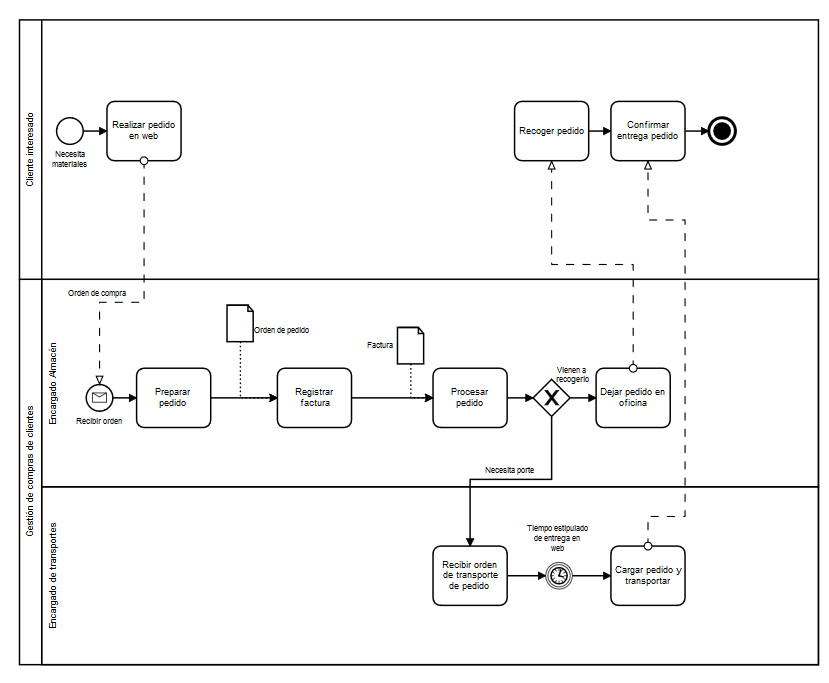
This is diagramas/diagramas a implantar/EntregaPedido.png from felipescalera/Proyecto-IR, a BPMN export, as it was before one commit. Its source is kept beside it as diagramas/diagramas a implantar/EntregaPedido.bpmn. Ids are renumbered.
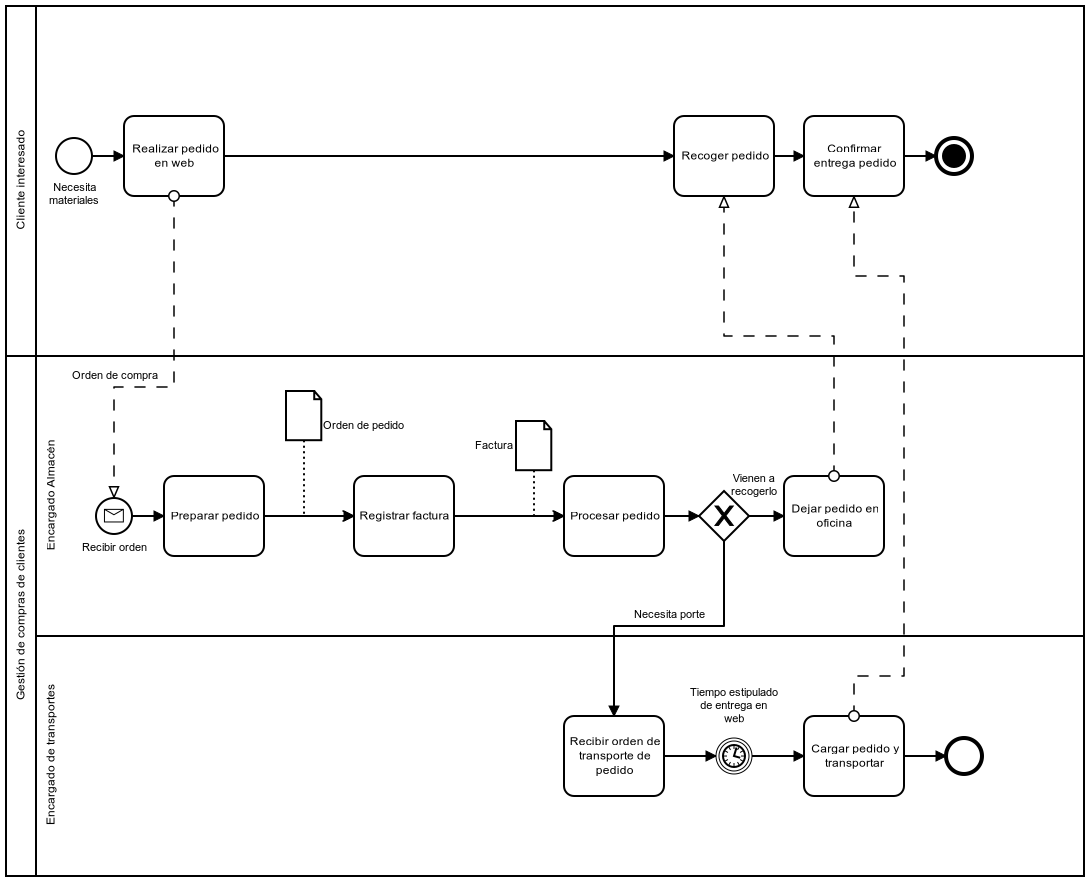
After the change.

Diff of the diagram source:
```diff
@@ -20,6 +20,7 @@
         <bpmn:flowNodeRef>Activity_n23</bpmn:flowNodeRef>
         <bpmn:flowNodeRef>Event_n24</bpmn:flowNodeRef>
         <bpmn:flowNodeRef>Activity_n8</bpmn:flowNodeRef>
+        <bpmn:flowNodeRef>Event_n49</bpmn:flowNodeRef>
       </bpmn:lane>
     </bpmn:laneSet>
     <bpmn:task id="Activity_n18" name="Preparar pedido">
@@ -79,7 +80,12 @@
     </bpmn:intermediateCatchEvent>
     <bpmn:task id="Activity_n8" name="Cargar pedido y transportar">
       <bpmn:incoming>Flow_n34</bpmn:incoming>
+      <bpmn:outgoing>Flow_n50</bpmn:outgoing>
     </bpmn:task>
+    <bpmn:endEvent id="Event_n49">
+      <bpmn:incoming>Flow_n50</bpmn:incoming>
+    </bpmn:endEvent>
+    <bpmn:sequenceFlow id="Flow_n50" sourceRef="Activity_n8" targetRef="Event_n49" />
   </bpmn:process>
   <bpmn:process id="Process_n6">
     <bpmn:startEvent id="StartEvent_n43" name="Necesita materiales">
@@ -87,6 +93,7 @@
     </bpmn:startEvent>
     <bpmn:task id="Activity_n14" name="Realizar pedido en web">
       <bpmn:incoming>Flow_n44</bpmn:incoming>
+      <bpmn:outgoing>Flow_n51</bpmn:outgoing>
     </bpmn:task>
     <bpmn:sequenceFlow id="Flow_n44" sourceRef="StartEvent_n43" targetRef="Activity_n14" />
     <bpmn:sequenceFlow id="Flow_n45" sourceRef="Activity_n9" targetRef="Event_n46" />
@@ -99,9 +106,11 @@
       <bpmn:terminateEventDefinition id="TerminateEventDefinition_n48" />
     </bpmn:endEvent>
     <bpmn:task id="Activity_n12" name="Recoger pedido">
+      <bpmn:incoming>Flow_n51</bpmn:incoming>
       <bpmn:outgoing>Flow_n47</bpmn:outgoing>
     </bpmn:task>
     <bpmn:sequenceFlow id="Flow_n47" sourceRef="Activity_n12" targetRef="Activity_n9" />
+    <bpmn:sequenceFlow id="Flow_n51" sourceRef="Activity_n14" targetRef="Activity_n12" />
   </bpmn:process>
   <bpmndi:BPMNDiagram id="BPMNDiagram_1">
     <bpmndi:BPMNPlane id="BPMNPlane_1" bpmnElement="Collaboration_n2">
@@ -114,6 +123,14 @@
       <bpmndi:BPMNShape id="Lane_n17_di" bpmnElement="Lane_n17" isHorizontal="true">
         <dc:Bounds x="182" y="430" width="1048" height="280" />
       </bpmndi:BPMNShape>
+      <bpmndi:BPMNEdge id="Flow_n26_di" bpmnElement="Flow_n26">
+        <di:waypoint x="410" y="590" />
+        <di:waypoint x="500" y="590" />
+      </bpmndi:BPMNEdge>
+      <bpmndi:BPMNEdge id="Flow_n25_di" bpmnElement="Flow_n25">
+        <di:waypoint x="278" y="590" />
+        <di:waypoint x="310" y="590" />
+      </bpmndi:BPMNEdge>
       <bpmndi:BPMNEdge id="Flow_n36_di" bpmnElement="Flow_n36">
         <di:waypoint x="895" y="590" />
         <di:waypoint x="930" y="590" />
@@ -146,20 +163,10 @@
         <di:waypoint x="600" y="590" />
         <di:waypoint x="710" y="590" />
       </bpmndi:BPMNEdge>
-      <bpmndi:BPMNEdge id="Flow_n25_di" bpmnElement="Flow_n25">
-        <di:waypoint x="278" y="590" />
-        <di:waypoint x="310" y="590" />
+      <bpmndi:BPMNEdge id="Flow_n50_di" bpmnElement="Flow_n50">
+        <di:waypoint x="1050" y="830" />
+        <di:waypoint x="1092" y="830" />
       </bpmndi:BPMNEdge>
-      <bpmndi:BPMNEdge id="Flow_n26_di" bpmnElement="Flow_n26">
-        <di:waypoint x="410" y="590" />
-        <di:waypoint x="500" y="590" />
-      </bpmndi:BPMNEdge>
-      <bpmndi:BPMNShape id="Event_1xrxljv_di" bpmnElement="Event_n15">
-        <dc:Bounds x="242" y="572" width="36" height="36" />
-        <bpmndi:BPMNLabel>
-          <dc:Bounds x="228" y="615" width="65" height="14" />
-        </bpmndi:BPMNLabel>
-      </bpmndi:BPMNShape>
       <bpmndi:BPMNShape id="Activity_n18_di" bpmnElement="Activity_n18">
         <dc:Bounds x="310" y="550" width="100" height="80" />
       </bpmndi:BPMNShape>
@@ -181,6 +188,12 @@
       <bpmndi:BPMNShape id="Activity_n21_di" bpmnElement="Activity_n21">
         <dc:Bounds x="500" y="550" width="100" height="80" />
       </bpmndi:BPMNShape>
+      <bpmndi:BPMNShape id="Event_1xrxljv_di" bpmnElement="Event_n15">
+        <dc:Bounds x="242" y="572" width="36" height="36" />
+        <bpmndi:BPMNLabel>
+          <dc:Bounds x="228" y="615" width="65" height="14" />
+        </bpmndi:BPMNLabel>
+      </bpmndi:BPMNShape>
       <bpmndi:BPMNShape id="DataObjectReference_n39_di" bpmnElement="DataObjectReference_n39">
         <dc:Bounds x="432" y="465" width="36" height="50" />
         <bpmndi:BPMNLabel>
@@ -199,6 +212,9 @@
       <bpmndi:BPMNShape id="Activity_n8_di" bpmnElement="Activity_n8">
         <dc:Bounds x="950" y="790" width="100" height="80" />
       </bpmndi:BPMNShape>
+      <bpmndi:BPMNShape id="Event_n49_di" bpmnElement="Event_n49">
+        <dc:Bounds x="1092" y="812" width="36" height="36" />
+      </bpmndi:BPMNShape>
       <bpmndi:BPMNShape id="Participant_n5_di" bpmnElement="Participant_n5" isHorizontal="true">
         <dc:Bounds x="152" y="80" width="1078" height="350" />
       </bpmndi:BPMNShape>
@@ -213,6 +229,10 @@
       <bpmndi:BPMNEdge id="Flow_n44_di" bpmnElement="Flow_n44">
         <di:waypoint x="238" y="230" />
         <di:waypoint x="270" y="230" />
+      </bpmndi:BPMNEdge>
+      <bpmndi:BPMNEdge id="Flow_n51_di" bpmnElement="Flow_n51">
+        <di:waypoint x="370" y="230" />
+        <di:waypoint x="820" y="230" />
       </bpmndi:BPMNEdge>
       <bpmndi:BPMNShape id="_BPMNShape_StartEvent_2" bpmnElement="StartEvent_n43">
         <dc:Bounds x="202" y="212" width="36" height="36" />
@@ -237,14 +257,10 @@
         <di:waypoint x="680" y="590" />
         <di:waypoint x="710" y="590" />
       </bpmndi:BPMNEdge>
-      <bpmndi:BPMNEdge id="Flow_n13_di" bpmnElement="Flow_n13">
-        <di:waypoint x="320" y="270" />
-        <di:waypoint x="320" y="461" />
-        <di:waypoint x="260" y="461" />
-        <di:waypoint x="260" y="572" />
-        <bpmndi:BPMNLabel>
-          <dc:Bounds x="218" y="443" width="85" height="14" />
-        </bpmndi:BPMNLabel>
+      <bpmndi:BPMNEdge id="DataInputAssociation_n38_di" bpmnElement="DataInputAssociation_n38">
+        <di:waypoint x="450" y="515" />
+        <di:waypoint x="450" y="590" />
+        <di:waypoint x="500" y="590" />
       </bpmndi:BPMNEdge>
       <bpmndi:BPMNEdge id="Flow_n7_di" bpmnElement="Flow_n7">
         <di:waypoint x="1000" y="790" />
@@ -260,10 +276,14 @@
         <di:waypoint x="870" y="410" />
         <di:waypoint x="870" y="270" />
       </bpmndi:BPMNEdge>
-      <bpmndi:BPMNEdge id="DataInputAssociation_n38_di" bpmnElement="DataInputAssociation_n38">
-        <di:waypoint x="450" y="515" />
-        <di:waypoint x="450" y="590" />
-        <di:waypoint x="500" y="590" />
+      <bpmndi:BPMNEdge id="Flow_n13_di" bpmnElement="Flow_n13">
+        <di:waypoint x="320" y="270" />
+        <di:waypoint x="320" y="461" />
+        <di:waypoint x="260" y="461" />
+        <di:waypoint x="260" y="572" />
+        <bpmndi:BPMNLabel>
+          <dc:Bounds x="218" y="443" width="85" height="14" />
+        </bpmndi:BPMNLabel>
       </bpmndi:BPMNEdge>
     </bpmndi:BPMNPlane>
   </bpmndi:BPMNDiagram>
```
